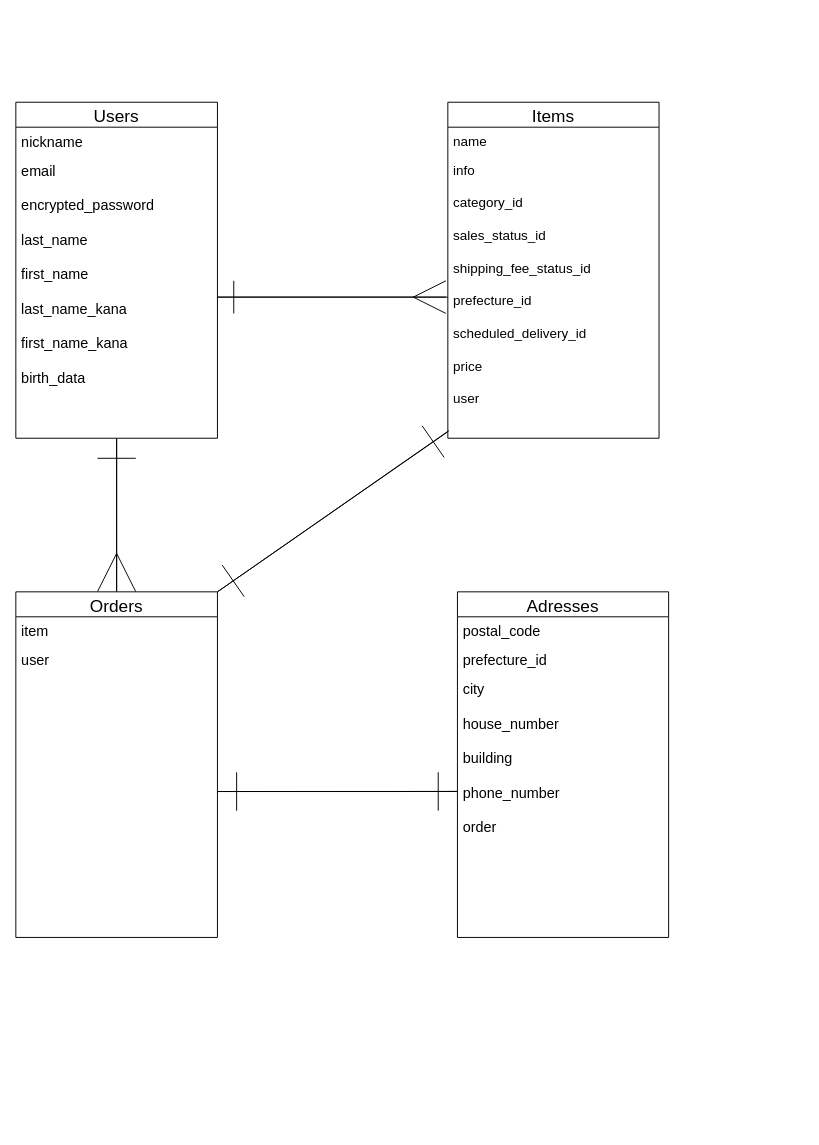
Before: page "ページ1" (1 of 2) of test.dio in masakku/furima-36839, a draw.io diagram. Source tidied: cells renumbered, new cells numbered last; positions are measured from the earlier drawing's top-left corner, leaving out a move shared by most shapes. Both pictures are drawn from the tidied source at 96%, with x=0, y=0 at pixel (15, 102).
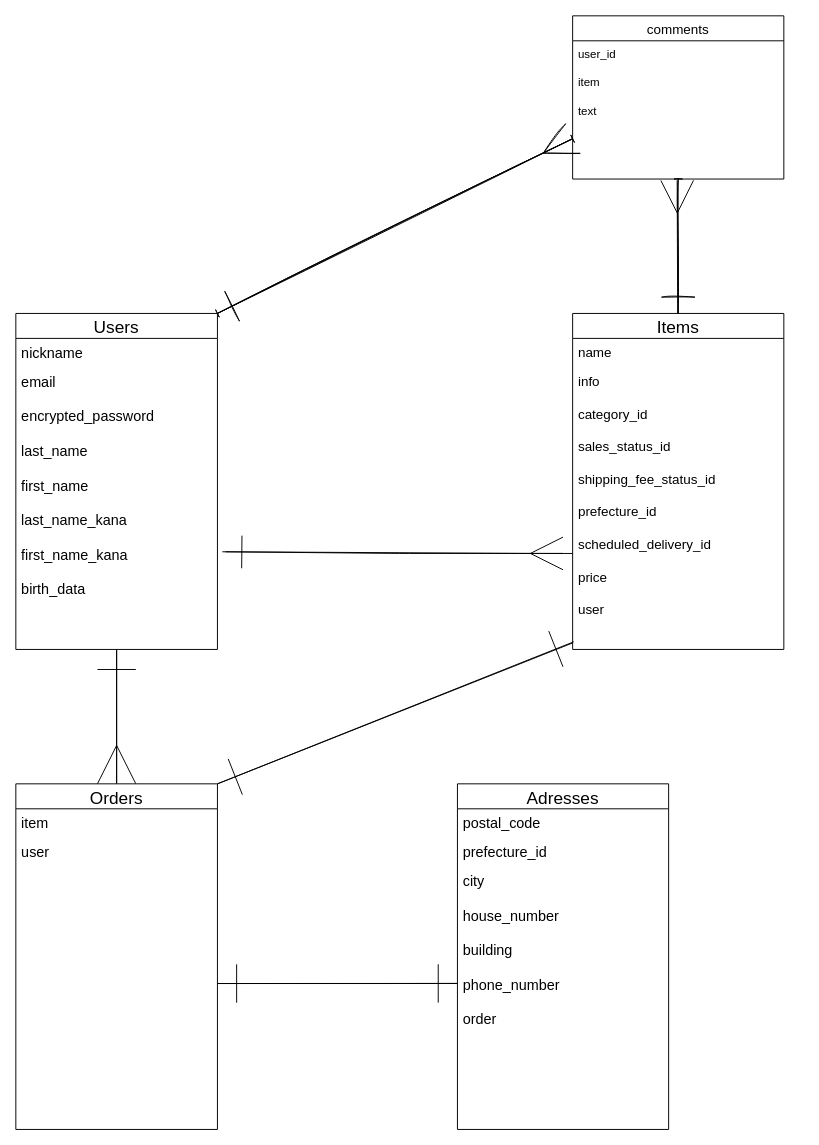
Above is the later version.

Unchanged cells that the change refers to:
```xml
<mxCell id="5" value="email&#10;&#10;encrypted_password&#10;&#10;last_name&#10;&#10;first_name&#10;&#10;last_name_kana&#10;&#10;first_name_kana&#10;&#10;birth_data&#10;&#10;&#10;" style="text;strokeColor=none;fillColor=none;spacingLeft=4;spacingRight=4;overflow=hidden;points=[[0,0.5],[1,0.5]];portConstraint=eastwest;fontSize=15;" parent="3" vertex="1">
  <mxGeometry y="56" width="210" height="294" as="geometry" />
</mxCell>
<mxCell id="8" value="info&#10;&#10;category_id&#10;&#10;sales_status_id&#10;&#10;shipping_fee_status_id&#10;&#10;prefecture_id&#10;&#10;scheduled_delivery_id&#10;&#10;price&#10;&#10;user" style="text;strokeColor=none;fillColor=none;spacingLeft=4;spacingRight=4;overflow=hidden;points=[[0,0.5],[1,0.5]];portConstraint=eastwest;fontSize=14;" parent="6" vertex="1">
  <mxGeometry y="56" width="220" height="294" as="geometry" />
</mxCell>
<mxCell id="15" value="city&#10;&#10;house_number&#10;&#10;building&#10;&#10;phone_number&#10;&#10;order" style="text;strokeColor=none;fillColor=none;spacingLeft=4;spacingRight=4;overflow=hidden;points=[[0,0.5],[1,0.5]];portConstraint=eastwest;fontSize=15;" parent="12" vertex="1">
  <mxGeometry y="86" width="220" height="274" as="geometry" />
</mxCell>
<mxCell id="20" value="user" style="text;strokeColor=none;fillColor=none;spacingLeft=4;spacingRight=4;overflow=hidden;points=[[0,0.5],[1,0.5]];portConstraint=eastwest;fontSize=15;" parent="18" vertex="1">
  <mxGeometry y="56" width="210" height="304" as="geometry" />
</mxCell>
```

Change to the diagram source:
```diff
@@
+    <mxCell id="23" style="edgeStyle=none;sketch=1;html=1;exitX=1;exitY=0;exitDx=0;exitDy=0;entryX=0;entryY=0.5;entryDx=0;entryDy=0;startArrow=baseDash;startFill=0;endArrow=ERmany;endFill=0;endSize=32;strokeColor=default;strokeWidth=1;" parent="1" edge="1" source="3" target="28">
+      <mxGeometry relative="1" as="geometry" />
+    </mxCell>
     <mxCell id="3" value="Users" style="swimlane;fontStyle=0;horizontal=1;startSize=26;align=center;fontSize=18;perimeterSpacing=0;strokeWidth=1;" parent="1" vertex="1">
-      <mxGeometry width="210" height="350" as="geometry" />
+      <mxGeometry y="220" width="210" height="350" as="geometry" />
     </mxCell>
@@
+    <mxCell id="24" style="edgeStyle=none;html=1;endArrow=ERmany;endFill=0;strokeWidth=1;endSize=32;entryX=0.495;entryY=1.017;entryDx=0;entryDy=0;entryPerimeter=0;" parent="1" edge="1" source="6" target="28">
+      <mxGeometry relative="1" as="geometry" />
+    </mxCell>
     <mxCell id="6" value="Items" style="swimlane;fontStyle=0;horizontal=1;startSize=26;align=center;fontSize=18;" parent="1" vertex="1">
-      <mxGeometry x="450" width="220" height="350" as="geometry" />
+      <mxGeometry x="580" y="220" width="220" height="350" as="geometry" />
     </mxCell>
@@
-    <mxCell id="9" style="edgeStyle=none;html=1;exitX=1;exitY=0.5;exitDx=0;exitDy=0;endArrow=ERmany;endFill=0;strokeWidth=1;targetPerimeterSpacing=0;endSize=32;" parent="1" edge="1" source="5">
+    <mxCell id="9" style="edgeStyle=none;html=1;exitX=1.024;exitY=0.654;exitDx=0;exitDy=0;endArrow=ERmany;endFill=0;strokeWidth=1;targetPerimeterSpacing=0;endSize=32;exitPerimeter=0;" parent="1" edge="1" source="5">
       <mxGeometry relative="1" as="geometry">
-        <mxPoint x="448" y="203" as="targetPoint" />
+        <mxPoint x="570" y="470" as="targetPoint" />
+        <Array as="points">
+          <mxPoint x="540" y="470" />
+        </Array>
       </mxGeometry>
     </mxCell>
-    <mxCell id="10" style="edgeStyle=none;html=1;endArrow=ERone;endFill=0;endSize=32;targetPerimeterSpacing=0;strokeWidth=1;jumpSize=7;exitX=0;exitY=0.5;exitDx=0;exitDy=0;entryX=1;entryY=0.5;entryDx=0;entryDy=0;" parent="1" edge="1" source="8" target="5">
-      <mxGeometry relative="1" as="geometry" />
+    <mxCell id="10" style="edgeStyle=none;html=1;endArrow=ERone;endFill=0;endSize=32;targetPerimeterSpacing=0;strokeWidth=1;jumpSize=7;exitX=0;exitY=0.66;exitDx=0;exitDy=0;entryX=1.04;entryY=0.654;entryDx=0;entryDy=0;exitPerimeter=0;entryPerimeter=0;" parent="1" edge="1" source="8" target="5">
+      <mxGeometry relative="1" as="geometry">
+        <Array as="points">
+          <mxPoint x="560" y="470" />
+          <mxPoint x="400" y="470" />
+        </Array>
+      </mxGeometry>
     </mxCell>
     <mxCell id="11" style="edgeStyle=none;html=1;entryX=1;entryY=0.5;entryDx=0;entryDy=0;fontSize=18;endArrow=ERone;endFill=0;startSize=0;endSize=38;strokeWidth=1;exitX=0;exitY=0.445;exitDx=0;exitDy=0;exitPerimeter=0;" parent="1" edge="1" source="15" target="20">
       <mxGeometry relative="1" as="geometry">
         <Array as="points">
-          <mxPoint x="400" y="718" />
-          <mxPoint x="340" y="718" />
-          <mxPoint x="290" y="718" />
-          <mxPoint x="230" y="718" />
+          <mxPoint x="390" y="918" />
+          <mxPoint x="340" y="918" />
+          <mxPoint x="300" y="918" />
         </Array>
       </mxGeometry>
     </mxCell>
     <mxCell id="12" value="Adresses" style="swimlane;fontStyle=0;horizontal=1;startSize=26;align=center;fontSize=18;strokeWidth=1;" parent="1" vertex="1">
-      <mxGeometry x="460" y="510" width="220" height="360" as="geometry" />
+      <mxGeometry x="460" y="710" width="220" height="360" as="geometry" />
     </mxCell>
@@
     <mxCell id="18" value="Orders" style="swimlane;fontStyle=0;horizontal=1;startSize=26;align=center;fontSize=18;strokeWidth=1;" parent="1" vertex="1">
-      <mxGeometry y="510" width="210" height="360" as="geometry" />
+      <mxGeometry y="710" width="210" height="360" as="geometry" />
     </mxCell>
@@
+    <mxCell id="25" value="comments" style="swimlane;fontStyle=0;horizontal=1;startSize=26;align=center;fontSize=14;" parent="1" vertex="1">
+      <mxGeometry x="580" y="-90" width="220" height="170" as="geometry" />
+    </mxCell>
+    <mxCell id="26" value="user_id" style="text;strokeColor=none;fillColor=none;spacingLeft=4;spacingRight=4;overflow=hidden;fontSize=12;" parent="25" vertex="1">
+      <mxGeometry y="26" width="220" height="30" as="geometry" />
+    </mxCell>
+    <mxCell id="27" value="item" style="text;strokeColor=none;fillColor=none;spacingLeft=4;spacingRight=4;overflow=hidden;fontSize=12;" parent="25" vertex="1">
+      <mxGeometry y="56" width="220" height="30" as="geometry" />
+    </mxCell>
+    <mxCell id="28" value="text" style="text;strokeColor=none;fillColor=none;spacingLeft=4;spacingRight=4;overflow=hidden;points=[[0,0.5],[1,0.5]];portConstraint=eastwest;fontSize=12;" parent="25" vertex="1">
+      <mxGeometry y="86" width="220" height="84" as="geometry" />
+    </mxCell>
+    <mxCell id="29" style="edgeStyle=none;html=1;exitX=1;exitY=0.5;exitDx=0;exitDy=0;endArrow=baseDash;endFill=0;endSize=32;strokeWidth=1;strokeColor=none;" parent="1" edge="1" source="28">
+      <mxGeometry relative="1" as="geometry">
+        <mxPoint x="820" y="38.3" as="targetPoint" />
+      </mxGeometry>
+    </mxCell>
+    <mxCell id="30" style="edgeStyle=none;sketch=1;html=1;entryX=0.5;entryY=0;entryDx=0;entryDy=0;startArrow=baseDash;startFill=0;endArrow=ERone;endFill=0;endSize=32;strokeColor=default;strokeWidth=1;" parent="1" edge="1" source="28" target="6">
+      <mxGeometry relative="1" as="geometry" />
+    </mxCell>
+    <mxCell id="31" style="edgeStyle=none;sketch=1;html=1;exitX=0;exitY=0.5;exitDx=0;exitDy=0;startArrow=baseDash;startFill=0;endArrow=ERone;endFill=0;endSize=32;strokeColor=default;strokeWidth=1;" parent="1" edge="1" source="28">
+      <mxGeometry relative="1" as="geometry">
+        <mxPoint x="210" y="220" as="targetPoint" />
+      </mxGeometry>
+    </mxCell>
```
